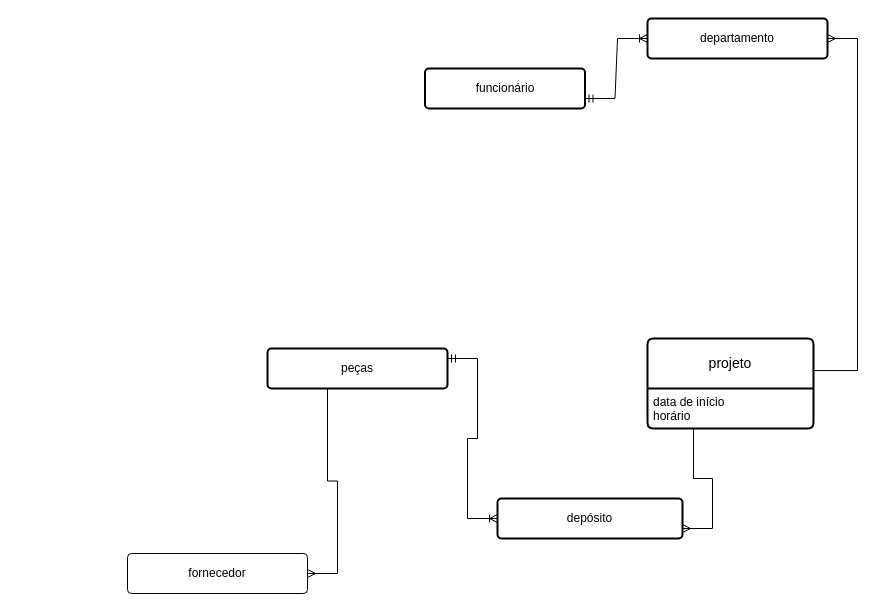
Above: departamento.drawio in biacapist1224/Diagramas (draw.io), before the change. Source tidied: cells renumbered, new cells numbered last; positions are measured from the earlier drawing's top-left corner, leaving out a move shared by most shapes. Both pictures are drawn from the tidied source at 100%, with x=0, y=0 at pixel (127, 18).
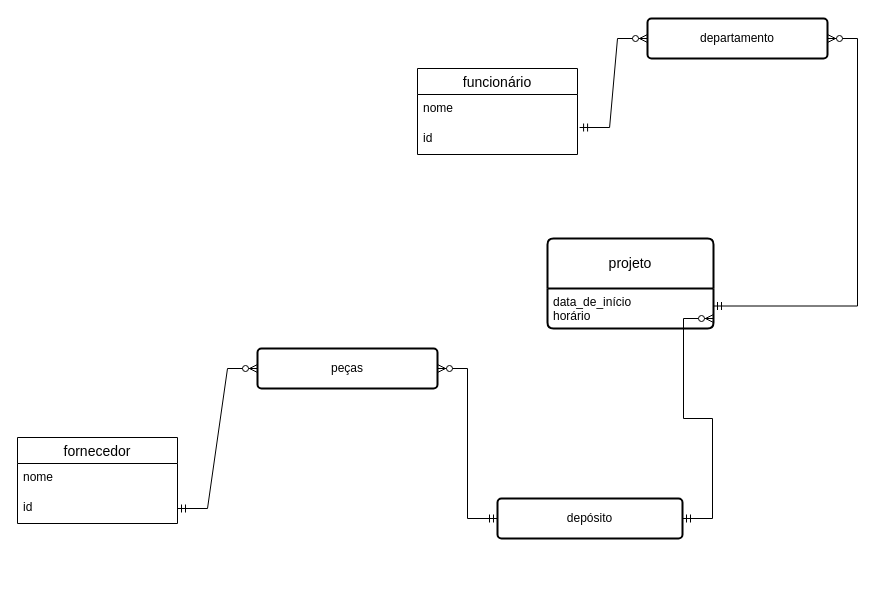
The same diagram, later.

The change refers to these unchanged cells:
```xml
<mxCell id="3" value="departamento" style="rounded=1;arcSize=10;whiteSpace=wrap;html=1;align=center;strokeWidth=2;" parent="1" vertex="1">
  <mxGeometry x="520" width="180" height="40" as="geometry" />
</mxCell>
<mxCell id="4" value="depósito" style="rounded=1;arcSize=10;whiteSpace=wrap;html=1;align=center;strokeWidth=2;" parent="1" vertex="1">
  <mxGeometry x="370" y="480" width="185" height="40" as="geometry" />
</mxCell>
```

The edit, as a diff of the source:
```diff
@@
-    <mxCell id="2" value="funcionário" style="rounded=1;arcSize=10;whiteSpace=wrap;html=1;align=center;strokeWidth=2;" parent="1" vertex="1">
-      <mxGeometry x="297.5" y="50" width="160" height="40" as="geometry" />
-    </mxCell>
@@
     <mxCell id="5" value="peças" style="rounded=1;arcSize=10;whiteSpace=wrap;html=1;align=center;strokeWidth=2;" parent="1" vertex="1">
-      <mxGeometry x="140" y="330" width="180" height="40" as="geometry" />
+      <mxGeometry x="130" y="330" width="180" height="40" as="geometry" />
     </mxCell>
     <mxCell id="6" value="projeto" style="swimlane;horizontal=1;startSize=50;rounded=1;fontSize=14;fontStyle=0;strokeWidth=2;shadow=0;dashed=0;align=center;arcSize=4;whiteSpace=wrap;html=1;" parent="1" vertex="1">
-      <mxGeometry x="520" y="320" width="166" height="90" as="geometry" />
+      <mxGeometry x="420" y="220" width="166" height="90" as="geometry" />
     </mxCell>
-    <mxCell id="7" value="&lt;div&gt;data de início&lt;/div&gt;&lt;div&gt;horário&lt;br&gt;&lt;/div&gt;" style="align=left;strokeColor=none;fillColor=none;spacingLeft=4;fontSize=12;verticalAlign=top;html=1;" parent="6" vertex="1">
+    <mxCell id="7" value="&lt;div&gt;data_de_início&lt;/div&gt;&lt;div&gt;horário&lt;br&gt;&lt;/div&gt;" style="align=left;strokeColor=none;fillColor=none;spacingLeft=4;fontSize=12;verticalAlign=top;html=1;" parent="6" vertex="1">
       <mxGeometry y="50" width="166" height="40" as="geometry" />
     </mxCell>
+    <mxCell id="14" style="edgeStyle=entityRelationEdgeStyle;fontSize=12;html=1;endArrow=ERzeroToMany;startArrow=ERmandOne;rounded=0;entryX=0;entryY=0.5;entryDx=0;entryDy=0;exitX=1.013;exitY=0.1;exitDx=0;exitDy=0;exitPerimeter=0;" parent="1" edge="1" source="19" target="3">
+      <mxGeometry relative="1" as="geometry" />
+    </mxCell>
+    <mxCell id="9" style="edgeStyle=entityRelationEdgeStyle;fontSize=12;html=1;endArrow=ERzeroToMany;startArrow=ERmandOne;rounded=0;exitX=1;exitY=0.75;exitDx=0;exitDy=0;" parent="1" edge="1" source="6" target="3">
+      <mxGeometry relative="1" as="geometry" />
+    </mxCell>
+    <mxCell id="15" style="edgeStyle=entityRelationEdgeStyle;fontSize=12;html=1;endArrow=ERzeroToMany;startArrow=ERmandOne;rounded=0;exitX=1;exitY=0.5;exitDx=0;exitDy=0;entryX=1;entryY=0.75;entryDx=0;entryDy=0;" parent="1" edge="1" source="4" target="7">
+      <mxGeometry relative="1" as="geometry">
+        <Array as="points">
+          <mxPoint x="514" y="410" />
+          <mxPoint x="534" y="330" />
+        </Array>
+      </mxGeometry>
+    </mxCell>
+    <mxCell id="16" style="edgeStyle=entityRelationEdgeStyle;fontSize=12;html=1;endArrow=ERzeroToMany;startArrow=ERmandOne;rounded=0;" parent="1" edge="1" source="4" target="5">
+      <mxGeometry relative="1" as="geometry">
+        <Array as="points">
+          <mxPoint x="260" y="430" />
+        </Array>
+      </mxGeometry>
+    </mxCell>
+    <mxCell id="17" style="edgeStyle=entityRelationEdgeStyle;fontSize=12;html=1;endArrow=ERzeroToMany;startArrow=ERmandOne;rounded=0;entryX=0;entryY=0.5;entryDx=0;entryDy=0;exitX=1;exitY=0.5;exitDx=0;exitDy=0;" parent="1" edge="1" source="21" target="5">
+      <mxGeometry relative="1" as="geometry" />
+    </mxCell>
+    <mxCell id="2" value="funcionário" style="swimlane;fontStyle=0;horizontal=1;startSize=26;align=center;fontSize=14;" parent="1" vertex="1">
+      <mxGeometry x="290" y="50" width="160" height="86" as="geometry" />
+    </mxCell>
+    <mxCell id="18" value="nome" style="text;strokeColor=none;fillColor=none;spacingLeft=4;spacingRight=4;overflow=hidden;fontSize=12;whiteSpace=wrap;html=1;" parent="2" vertex="1">
+      <mxGeometry y="26" width="160" height="30" as="geometry" />
+    </mxCell>
+    <mxCell id="19" value="id" style="text;strokeColor=none;fillColor=none;spacingLeft=4;spacingRight=4;overflow=hidden;points=[[0,0.5],[1,0.5]];portConstraint=eastwest;fontSize=12;whiteSpace=wrap;html=1;" parent="2" vertex="1">
+      <mxGeometry y="56" width="160" height="30" as="geometry" />
+    </mxCell>
-    <mxCell id="8" value="fornecedor" style="rounded=1;arcSize=10;whiteSpace=wrap;html=1;align=center;" parent="1" vertex="1">
-      <mxGeometry y="535" width="180" height="40" as="geometry" />
+    <mxCell id="8" value="fornecedor" style="swimlane;fontStyle=0;horizontal=1;startSize=26;align=center;fontSize=14;" parent="1" vertex="1">
+      <mxGeometry x="-110" y="419" width="160" height="86" as="geometry" />
     </mxCell>
-    <mxCell id="9" style="edgeStyle=entityRelationEdgeStyle;fontSize=12;html=1;endArrow=ERmany;rounded=0;exitX=0.994;exitY=0.356;exitDx=0;exitDy=0;exitPerimeter=0;" parent="1" edge="1" source="6" target="3">
-      <mxGeometry relative="1" as="geometry" />
-    </mxCell>
-    <mxCell id="10" style="edgeStyle=entityRelationEdgeStyle;fontSize=12;html=1;endArrow=ERmany;rounded=0;entryX=1;entryY=0.75;entryDx=0;entryDy=0;exitX=0.458;exitY=1;exitDx=0;exitDy=0;exitPerimeter=0;" parent="1" edge="1" source="7" target="4">
-      <mxGeometry relative="1" as="geometry" />
-    </mxCell>
-    <mxCell id="11" style="edgeStyle=entityRelationEdgeStyle;fontSize=12;html=1;endArrow=ERmany;rounded=0;exitX=0.5;exitY=1;exitDx=0;exitDy=0;" parent="1" edge="1" source="5" target="8">
-      <mxGeometry relative="1" as="geometry" />
-    </mxCell>
-    <mxCell id="12" style="edgeStyle=entityRelationEdgeStyle;fontSize=12;html=1;endArrow=ERoneToMany;startArrow=ERmandOne;rounded=0;entryX=0;entryY=0.5;entryDx=0;entryDy=0;exitX=1;exitY=0.75;exitDx=0;exitDy=0;" parent="1" edge="1" source="2" target="3">
-      <mxGeometry relative="1" as="geometry" />
-    </mxCell>
-    <mxCell id="13" style="edgeStyle=entityRelationEdgeStyle;fontSize=12;html=1;endArrow=ERoneToMany;startArrow=ERmandOne;rounded=0;entryX=0;entryY=0.5;entryDx=0;entryDy=0;exitX=1;exitY=0.25;exitDx=0;exitDy=0;" parent="1" edge="1" source="5" target="4">
-      <mxGeometry relative="1" as="geometry" />
-    </mxCell>
+    <mxCell id="20" value="nome" style="text;strokeColor=none;fillColor=none;spacingLeft=4;spacingRight=4;overflow=hidden;fontSize=12;whiteSpace=wrap;html=1;" parent="8" vertex="1">
+      <mxGeometry y="26" width="160" height="30" as="geometry" />
+    </mxCell>
+    <mxCell id="21" value="id" style="text;strokeColor=none;fillColor=none;spacingLeft=4;spacingRight=4;overflow=hidden;points=[[0,0.5],[1,0.5]];portConstraint=eastwest;fontSize=12;whiteSpace=wrap;html=1;" parent="8" vertex="1">
+      <mxGeometry y="56" width="160" height="30" as="geometry" />
+    </mxCell>
```
